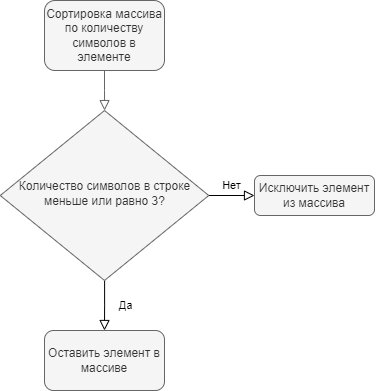
Above: Блок схема.png in magnetic2288/r2 (draw.io), before the change. Source tidied: cells renumbered, new cells last; positions are measured from the earlier drawing's top-left corner, leaving out a move shared by most shapes.
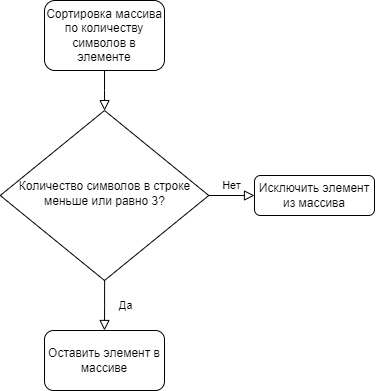
After the commit.

Commit message:
Изменение в Блок схеме

Diff of the diagram source:
```diff
@@ -2,30 +2,30 @@
   <root>
     <mxCell id="0" />
     <mxCell id="1" parent="0" />
-    <mxCell id="2" style="rounded=0;html=1;jettySize=auto;fontSize=11;endArrow=block;endFill=0;endSize=8;strokeWidth=1;shadow=0;labelBackgroundColor=none;edgeStyle=orthogonalEdgeStyle;fillColor=#f5f5f5;strokeColor=#666666;" parent="1" edge="1" source="3" target="7">
+    <mxCell id="2" style="rounded=0;html=1;jettySize=auto;fontSize=11;endArrow=block;endFill=0;endSize=8;strokeWidth=1;shadow=0;labelBackgroundColor=none;edgeStyle=orthogonalEdgeStyle;fillColor=none;" parent="1" edge="1" source="3" target="7">
       <mxGeometry relative="1" as="geometry" />
     </mxCell>
-    <mxCell id="3" value="Сортировка массива по количеству символов в элементе" style="rounded=1;whiteSpace=wrap;html=1;fontSize=12;glass=0;strokeWidth=1;shadow=0;fillColor=#f5f5f5;fontColor=#333333;strokeColor=#666666;" parent="1" vertex="1">
+    <mxCell id="3" value="Сортировка массива по количеству символов в элементе" style="rounded=1;whiteSpace=wrap;html=1;fontSize=12;glass=0;strokeWidth=1;shadow=0;fillColor=none;" parent="1" vertex="1">
       <mxGeometry x="44" width="120" height="70" as="geometry" />
     </mxCell>
-    <mxCell id="4" value="Да" style="rounded=0;html=1;jettySize=auto;fontSize=11;endArrow=block;endFill=0;endSize=8;strokeWidth=1;shadow=0;labelBackgroundColor=none;edgeStyle=orthogonalEdgeStyle;" parent="1" edge="1" source="7">
+    <mxCell id="4" value="Да" style="rounded=0;html=1;jettySize=auto;fontSize=11;endArrow=block;endFill=0;endSize=8;strokeWidth=1;shadow=0;labelBackgroundColor=none;edgeStyle=orthogonalEdgeStyle;fillColor=none;" parent="1" edge="1" source="7">
       <mxGeometry y="20" relative="1" as="geometry">
         <mxPoint x="104" y="330" as="targetPoint" />
       </mxGeometry>
     </mxCell>
-    <mxCell id="5" value="Нет" style="edgeStyle=orthogonalEdgeStyle;rounded=0;html=1;jettySize=auto;fontSize=11;endArrow=block;endFill=0;endSize=8;strokeWidth=1;shadow=0;labelBackgroundColor=none;" parent="1" edge="1" source="7" target="8">
+    <mxCell id="5" value="Нет" style="edgeStyle=orthogonalEdgeStyle;rounded=0;html=1;jettySize=auto;fontSize=11;endArrow=block;endFill=0;endSize=8;strokeWidth=1;shadow=0;labelBackgroundColor=none;fillColor=none;" parent="1" edge="1" source="7" target="8">
       <mxGeometry y="10" relative="1" as="geometry" />
     </mxCell>
-    <mxCell id="6" style="edgeStyle=orthogonalEdgeStyle;rounded=0;orthogonalLoop=1;jettySize=auto;html=1;exitX=1;exitY=1;exitDx=0;exitDy=0;entryX=1;entryY=1;entryDx=0;entryDy=0;" parent="1" edge="1" source="7" target="7">
+    <mxCell id="6" style="edgeStyle=orthogonalEdgeStyle;rounded=0;orthogonalLoop=1;jettySize=auto;html=1;exitX=1;exitY=1;exitDx=0;exitDy=0;entryX=1;entryY=1;entryDx=0;entryDy=0;fillColor=none;" parent="1" edge="1" source="7" target="7">
       <mxGeometry relative="1" as="geometry" />
     </mxCell>
-    <mxCell id="7" value="Количество символов в строке меньше или равно 3?" style="rhombus;whiteSpace=wrap;html=1;shadow=0;fontFamily=Helvetica;fontSize=12;align=center;strokeWidth=1;spacing=6;spacingTop=-4;fillColor=#f5f5f5;strokeColor=#666666;fontColor=#333333;" parent="1" vertex="1">
+    <mxCell id="7" value="Количество символов в строке меньше или равно 3?" style="rhombus;whiteSpace=wrap;html=1;shadow=0;fontFamily=Helvetica;fontSize=12;align=center;strokeWidth=1;spacing=6;spacingTop=-4;fillColor=none;" parent="1" vertex="1">
       <mxGeometry x="-0.2" y="110" width="208.5" height="170" as="geometry" />
     </mxCell>
-    <mxCell id="8" value="Исключить элемент из массива" style="rounded=1;whiteSpace=wrap;html=1;fontSize=12;glass=0;strokeWidth=1;shadow=0;fillColor=#f5f5f5;fontColor=#333333;strokeColor=#666666;" parent="1" vertex="1">
+    <mxCell id="8" value="Исключить элемент из массива" style="rounded=1;whiteSpace=wrap;html=1;fontSize=12;glass=0;strokeWidth=1;shadow=0;fillColor=none;" parent="1" vertex="1">
       <mxGeometry x="254" y="175" width="120" height="40" as="geometry" />
     </mxCell>
-    <mxCell id="9" value="Оставить элемент в массиве" style="rounded=1;whiteSpace=wrap;html=1;fillColor=#f5f5f5;fontColor=#333333;strokeColor=#666666;" parent="1" vertex="1">
+    <mxCell id="9" value="Оставить элемент в массиве" style="rounded=1;whiteSpace=wrap;html=1;fillColor=none;" parent="1" vertex="1">
       <mxGeometry x="44" y="330" width="120" height="60" as="geometry" />
     </mxCell>
   </root>
```
